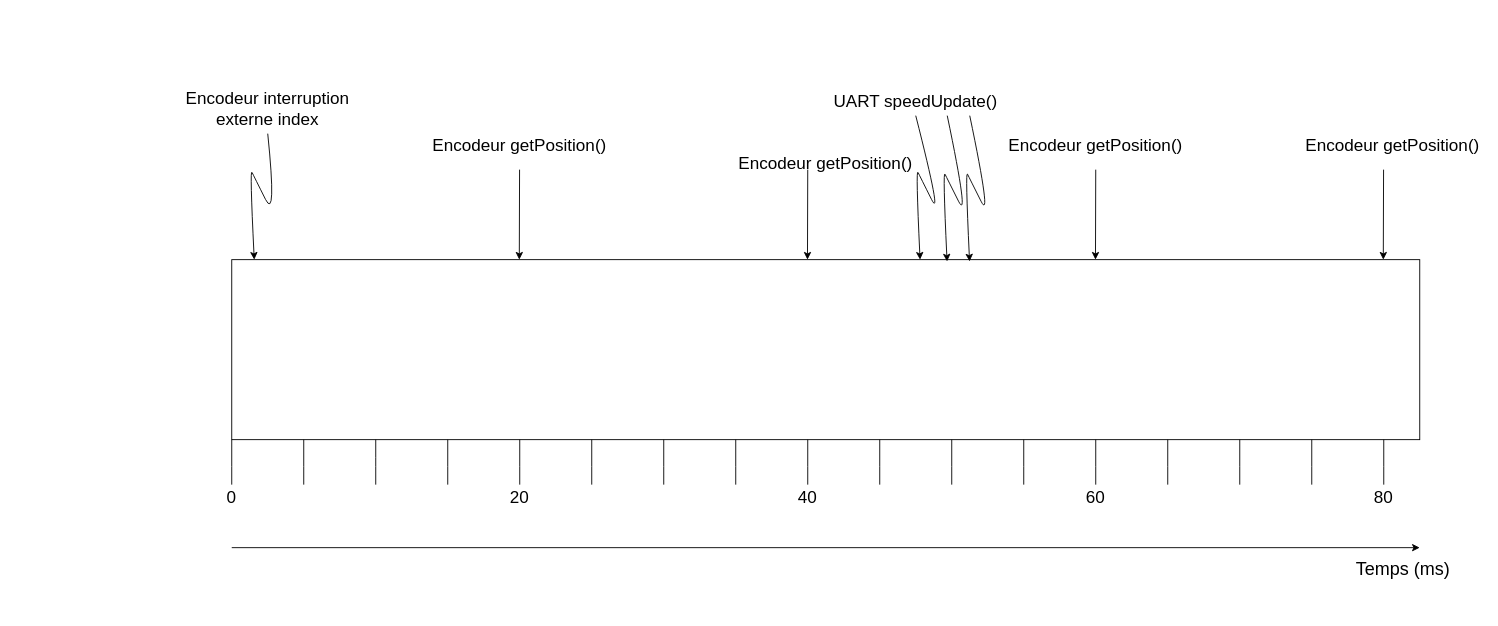
scanim/projet-info-periph keeps this draw.io diagram as chronogramme interruptions.drawio. Above is the earlier version. Source tidied: cells renumbered, new cells numbered last; positions are measured from the earlier drawing's top-left corner, leaving out a move shared by most shapes. Both pictures are drawn from the tidied source at 90%, with x=0, y=0 at pixel (177, 88).
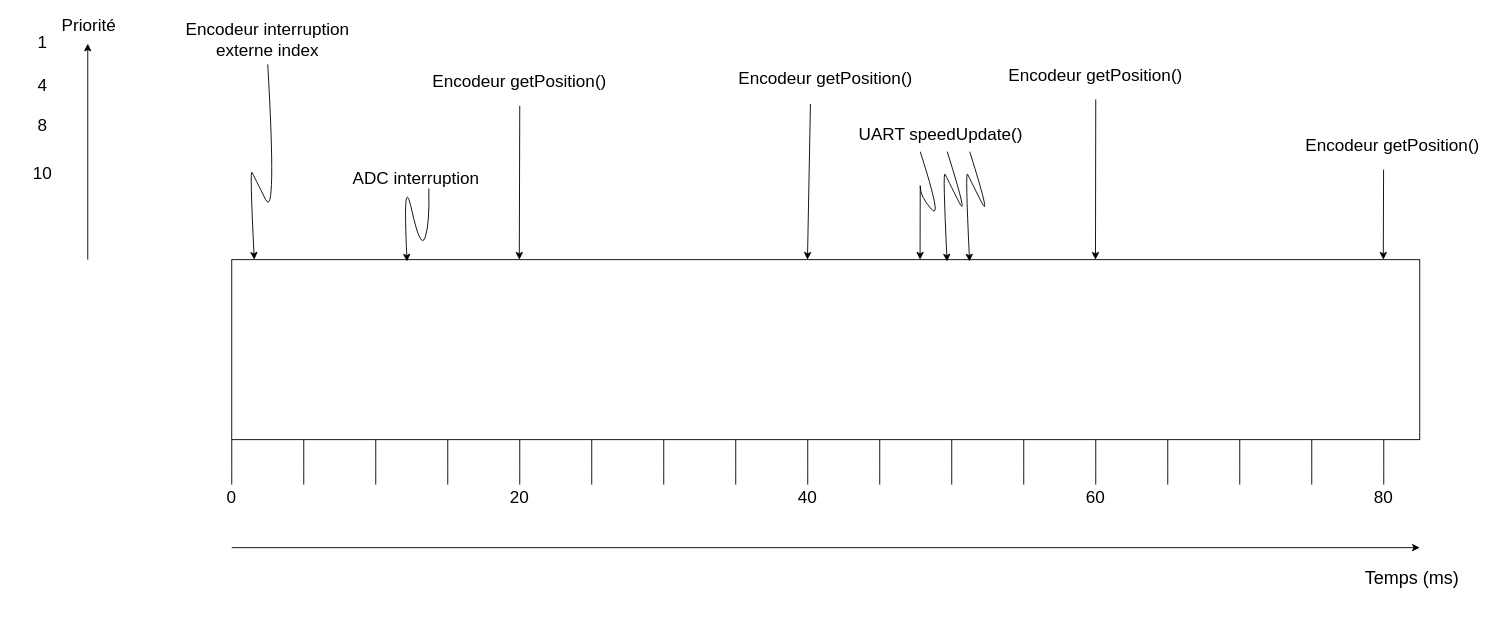
After the change.

Diff of the diagram source:
```diff
@@
-    <mxCell id="22" value="&lt;div style=&quot;font-size: 20px&quot;&gt;&lt;font style=&quot;font-size: 20px&quot;&gt;Temps (ms)&lt;/font&gt;&lt;/div&gt;&lt;div style=&quot;font-size: 20px&quot;&gt;&lt;font style=&quot;font-size: 20px&quot;&gt;&lt;br&gt;&lt;/font&gt;&lt;/div&gt;" style="text;html=1;strokeColor=none;fillColor=none;align=center;verticalAlign=middle;whiteSpace=wrap;rounded=0;" parent="1" vertex="1">
-      <mxGeometry x="1300" y="535" width="123" height="20" as="geometry" />
+    <mxCell id="22" value="&lt;font style=&quot;font-size: 19px&quot;&gt;Priorité&lt;/font&gt;" style="text;html=1;strokeColor=none;fillColor=none;align=center;verticalAlign=middle;whiteSpace=wrap;rounded=0;" parent="1" vertex="1">
+      <mxGeometry x="-160" y="-80" width="123" height="20" as="geometry" />
     </mxCell>
     <mxCell id="23" value="&lt;font style=&quot;font-size: 19px&quot;&gt;Encodeur getPosition()&lt;br&gt;&lt;/font&gt;&lt;div style=&quot;font-size: 19px&quot;&gt;&lt;font style=&quot;font-size: 19px&quot;&gt;&lt;br&gt;&lt;/font&gt;&lt;/div&gt;" style="text;html=1;strokeColor=none;fillColor=none;align=center;verticalAlign=middle;whiteSpace=wrap;rounded=0;" parent="1" vertex="1">
-      <mxGeometry x="280" y="60" width="200" height="30" as="geometry" />
+      <mxGeometry x="280" y="-11" width="200" height="30" as="geometry" />
     </mxCell>
@@
-    <mxCell id="25" style="endArrow=classic;html=1;rounded=0;fontSize=19;entryX=0.121;entryY=0;entryDx=0;entryDy=0;entryPerimeter=0;" parent="1" edge="1">
+    <mxCell id="25" style="endArrow=classic;html=1;rounded=0;fontSize=19;entryX=0.121;entryY=0;entryDx=0;entryDy=0;entryPerimeter=0;exitX=0.415;exitY=1.067;exitDx=0;exitDy=0;exitPerimeter=0;" parent="1" edge="1" source="39">
       <mxGeometry relative="1" as="geometry">
-        <mxPoint x="700" y="90" as="sourcePoint" />
         <mxPoint x="699.7" y="190" as="targetPoint" />
       </mxGeometry>
     </mxCell>
-    <mxCell id="26" style="endArrow=classic;html=1;rounded=0;fontSize=19;entryX=0.121;entryY=0;entryDx=0;entryDy=0;entryPerimeter=0;" parent="1" edge="1">
+    <mxCell id="26" style="endArrow=classic;html=1;rounded=0;fontSize=19;entryX=0.121;entryY=0;entryDx=0;entryDy=0;entryPerimeter=0;exitX=0.5;exitY=1;exitDx=0;exitDy=0;" parent="1" edge="1" source="23">
       <mxGeometry relative="1" as="geometry">
-        <mxPoint x="379.8" y="90" as="sourcePoint" />
         <mxPoint x="379.5" y="190" as="targetPoint" />
       </mxGeometry>
     </mxCell>
@@
     <mxCell id="29" value="&lt;div&gt;&lt;font style=&quot;font-size: 19px&quot;&gt;Encodeur interruption externe index&lt;/font&gt;&lt;/div&gt;&lt;div style=&quot;font-size: 19px&quot;&gt;&lt;font style=&quot;font-size: 19px&quot;&gt;&lt;br&gt;&lt;/font&gt;&lt;/div&gt;" style="text;html=1;strokeColor=none;fillColor=none;align=center;verticalAlign=middle;whiteSpace=wrap;rounded=0;" parent="1" vertex="1">
-      <mxGeometry y="20" width="200" height="30" as="geometry" />
+      <mxGeometry y="-57" width="200" height="30" as="geometry" />
     </mxCell>
-    <mxCell id="30" style="curved=1;endArrow=classic;html=1;rounded=0;fontSize=19;entryX=0.337;entryY=0.01;entryDx=0;entryDy=0;entryPerimeter=0;exitX=0.5;exitY=1;exitDx=0;exitDy=0;" parent="1" edge="1" source="31">
+    <mxCell id="30" style="curved=1;endArrow=classic;html=1;rounded=0;fontSize=19;entryX=0.337;entryY=0.01;entryDx=0;entryDy=0;entryPerimeter=0;" parent="1" edge="1">
       <mxGeometry relative="1" as="geometry">
+        <mxPoint x="825" y="70" as="sourcePoint" />
         <mxPoint x="824.8" y="190" as="targetPoint" />
         <Array as="points">
           <mxPoint x="850" y="148" />
+          <mxPoint x="825" y="120" />
           <mxPoint x="825" y="98" />
-          <mxPoint x="820" y="88" />
         </Array>
       </mxGeometry>
     </mxCell>
     <mxCell id="31" value="&lt;div&gt;&lt;font style=&quot;font-size: 19px&quot;&gt;UART speedUpdate()&lt;/font&gt;&lt;/div&gt;" style="text;html=1;strokeColor=none;fillColor=none;align=center;verticalAlign=middle;whiteSpace=wrap;rounded=0;" parent="1" vertex="1">
-      <mxGeometry x="720" width="200" height="30" as="geometry" />
+      <mxGeometry x="748" y="37" width="200" height="30" as="geometry" />
     </mxCell>
     <mxCell id="32" style="curved=1;endArrow=classic;html=1;rounded=0;fontSize=19;entryX=0.337;entryY=0.01;entryDx=0;entryDy=0;entryPerimeter=0;" parent="1" edge="1">
       <mxGeometry relative="1" as="geometry">
-        <mxPoint x="880" y="30" as="sourcePoint" />
+        <mxPoint x="880" y="70" as="sourcePoint" />
         <mxPoint x="879.8" y="192" as="targetPoint" />
         <Array as="points">
           <mxPoint x="905" y="150" />
           <mxPoint x="880" y="100" />
           <mxPoint x="875" y="90" />
         </Array>
       </mxGeometry>
     </mxCell>
     <mxCell id="33" style="curved=1;endArrow=classic;html=1;rounded=0;fontSize=19;entryX=0.337;entryY=0.01;entryDx=0;entryDy=0;entryPerimeter=0;" parent="1" edge="1">
       <mxGeometry relative="1" as="geometry">
-        <mxPoint x="855" y="30" as="sourcePoint" />
+        <mxPoint x="855" y="70" as="sourcePoint" />
         <mxPoint x="854.8" y="192" as="targetPoint" />
         <Array as="points">
           <mxPoint x="880" y="150" />
           <mxPoint x="855" y="100" />
           <mxPoint x="850" y="90" />
         </Array>
       </mxGeometry>
     </mxCell>
@@
     <mxCell id="37" value="&lt;div&gt;&lt;font style=&quot;font-size: 19px&quot;&gt;Encodeur getPosition()&lt;/font&gt;&lt;/div&gt;&lt;div style=&quot;font-size: 19px&quot;&gt;&lt;font style=&quot;font-size: 19px&quot;&gt;&lt;br&gt;&lt;/font&gt;&lt;/div&gt;" style="text;html=1;strokeColor=none;fillColor=none;align=center;verticalAlign=middle;whiteSpace=wrap;rounded=0;" parent="1" vertex="1">
-      <mxGeometry x="920" y="60" width="200" height="30" as="geometry" />
+      <mxGeometry x="920" y="-18" width="200" height="30" as="geometry" />
     </mxCell>
-    <mxCell id="38" style="endArrow=classic;html=1;rounded=0;fontSize=19;entryX=0.121;entryY=0;entryDx=0;entryDy=0;entryPerimeter=0;" parent="1" edge="1">
+    <mxCell id="38" style="endArrow=classic;html=1;rounded=0;fontSize=19;entryX=0.121;entryY=0;entryDx=0;entryDy=0;entryPerimeter=0;exitX=0.5;exitY=1;exitDx=0;exitDy=0;" parent="1" edge="1" source="37">
       <mxGeometry relative="1" as="geometry">
-        <mxPoint x="1020" y="90" as="sourcePoint" />
         <mxPoint x="1019.7" y="190" as="targetPoint" />
       </mxGeometry>
     </mxCell>
     <mxCell id="39" value="&lt;div&gt;&lt;font style=&quot;font-size: 19px&quot;&gt;Encodeur getPosition()&lt;/font&gt;&lt;/div&gt;&lt;div style=&quot;font-size: 19px&quot;&gt;&lt;font style=&quot;font-size: 19px&quot;&gt;&lt;br&gt;&lt;/font&gt;&lt;/div&gt;" style="text;html=1;strokeColor=none;fillColor=none;align=center;verticalAlign=middle;whiteSpace=wrap;rounded=0;" parent="1" vertex="1">
-      <mxGeometry x="620" y="80" width="200" height="30" as="geometry" />
+      <mxGeometry x="620" y="-15" width="200" height="30" as="geometry" />
     </mxCell>
@@
+    <mxCell id="41" style="endArrow=classic;html=1;rounded=0;" parent="1" edge="1">
+      <mxGeometry relative="1" as="geometry">
+        <mxPoint x="-100" y="190" as="sourcePoint" />
+        <mxPoint x="-100" y="-50" as="targetPoint" />
+      </mxGeometry>
+    </mxCell>
+    <mxCell id="42" value="&lt;div style=&quot;font-size: 20px&quot;&gt;&lt;font style=&quot;font-size: 20px&quot;&gt;Temps (ms)&lt;/font&gt;&lt;/div&gt;&lt;div style=&quot;font-size: 20px&quot;&gt;&lt;font style=&quot;font-size: 20px&quot;&gt;&lt;br&gt;&lt;/font&gt;&lt;/div&gt;" style="text;html=1;strokeColor=none;fillColor=none;align=center;verticalAlign=middle;whiteSpace=wrap;rounded=0;" parent="1" vertex="1">
+      <mxGeometry x="1310" y="545" width="123" height="20" as="geometry" />
+    </mxCell>
+    <mxCell id="43" value="&lt;div&gt;1&lt;/div&gt;" style="text;html=1;strokeColor=none;fillColor=none;align=center;verticalAlign=middle;whiteSpace=wrap;rounded=0;fontSize=19;" parent="1" vertex="1">
+      <mxGeometry x="-180" y="-66" width="60" height="30" as="geometry" />
+    </mxCell>
+    <mxCell id="44" value="&lt;div&gt;4&lt;/div&gt;" style="text;html=1;strokeColor=none;fillColor=none;align=center;verticalAlign=middle;whiteSpace=wrap;rounded=0;fontSize=19;" parent="1" vertex="1">
+      <mxGeometry x="-180" y="-18" width="60" height="30" as="geometry" />
+    </mxCell>
+    <mxCell id="45" value="&lt;div&gt;8&lt;/div&gt;&lt;div&gt;&lt;br&gt;&lt;/div&gt;" style="text;html=1;strokeColor=none;fillColor=none;align=center;verticalAlign=middle;whiteSpace=wrap;rounded=0;fontSize=19;" parent="1" vertex="1">
+      <mxGeometry x="-180" y="37" width="60" height="30" as="geometry" />
+    </mxCell>
+    <mxCell id="46" value="&lt;div&gt;10&lt;/div&gt;" style="text;html=1;strokeColor=none;fillColor=none;align=center;verticalAlign=middle;whiteSpace=wrap;rounded=0;fontSize=19;" parent="1" vertex="1">
+      <mxGeometry x="-180" y="80" width="60" height="30" as="geometry" />
+    </mxCell>
+    <mxCell id="47" value="&lt;font style=&quot;font-size: 19px&quot;&gt;ADC interruption&lt;/font&gt;" style="text;html=1;strokeColor=none;fillColor=none;align=center;verticalAlign=middle;whiteSpace=wrap;rounded=0;" parent="1" vertex="1">
+      <mxGeometry x="190" y="90" width="150" height="20" as="geometry" />
+    </mxCell>
+    <mxCell id="48" style="curved=1;endArrow=classic;html=1;rounded=0;fontSize=19;entryX=0.337;entryY=0.01;entryDx=0;entryDy=0;entryPerimeter=0;exitX=0.593;exitY=1.05;exitDx=0;exitDy=0;exitPerimeter=0;" parent="1" edge="1" source="47">
+      <mxGeometry relative="1" as="geometry">
+        <mxPoint x="254.8" y="192" as="targetPoint" />
+        <Array as="points">
+          <mxPoint x="280" y="150" />
+          <mxPoint x="270" y="180" />
+          <mxPoint x="250" y="90" />
+        </Array>
+      </mxGeometry>
+    </mxCell>
```
